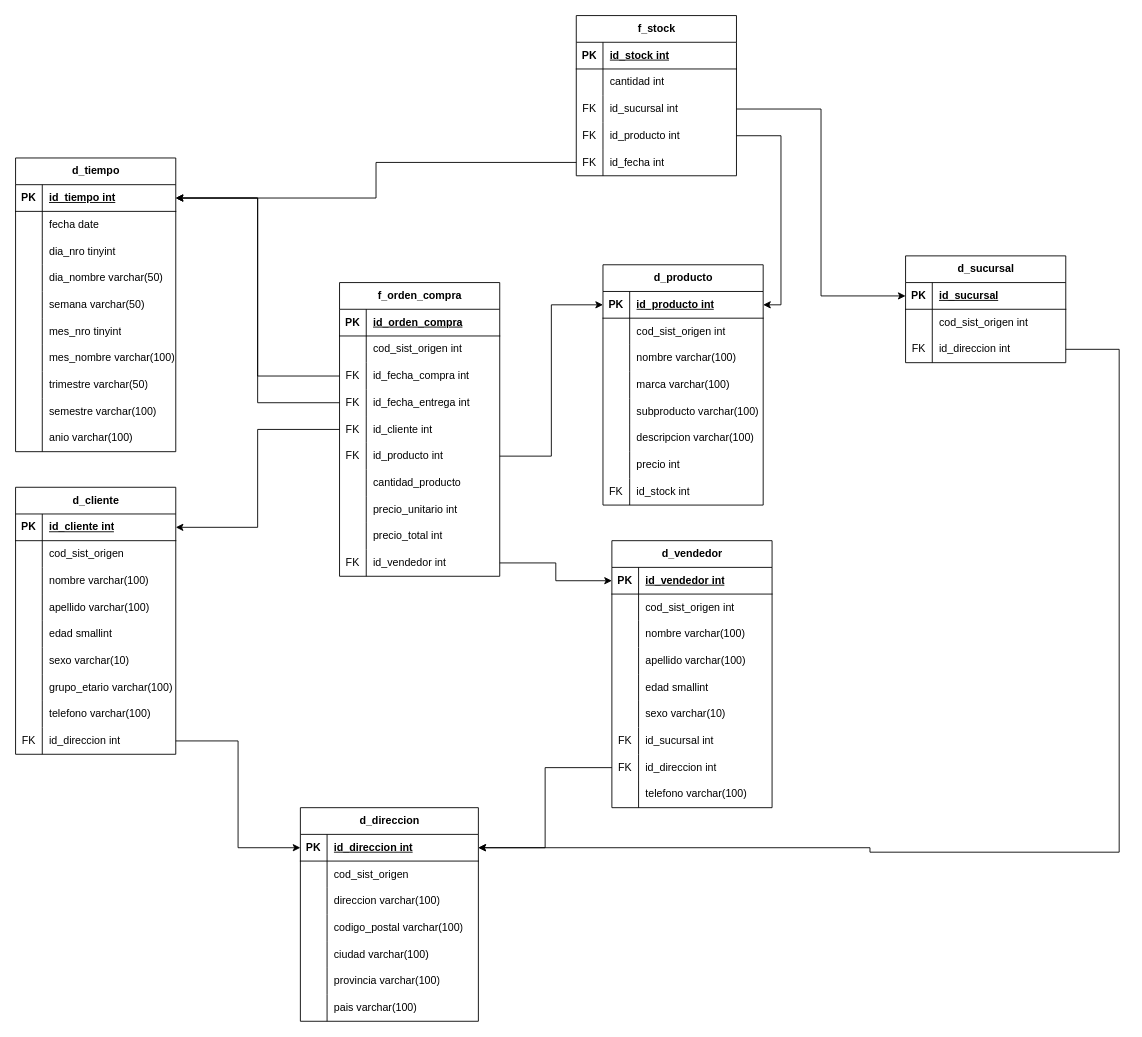
Before: Practica/Ejercicio_3/diagrama_dw_ejercicio3.drawio in Ftedp/BBDD2-TUIA, a draw.io diagram. Source tidied: cells renumbered, new cells numbered last; positions are measured from the earlier drawing's top-left corner, leaving out a move shared by most shapes. Both pictures are drawn from the tidied source at 89%, with x=0, y=0 at pixel (15, 15).
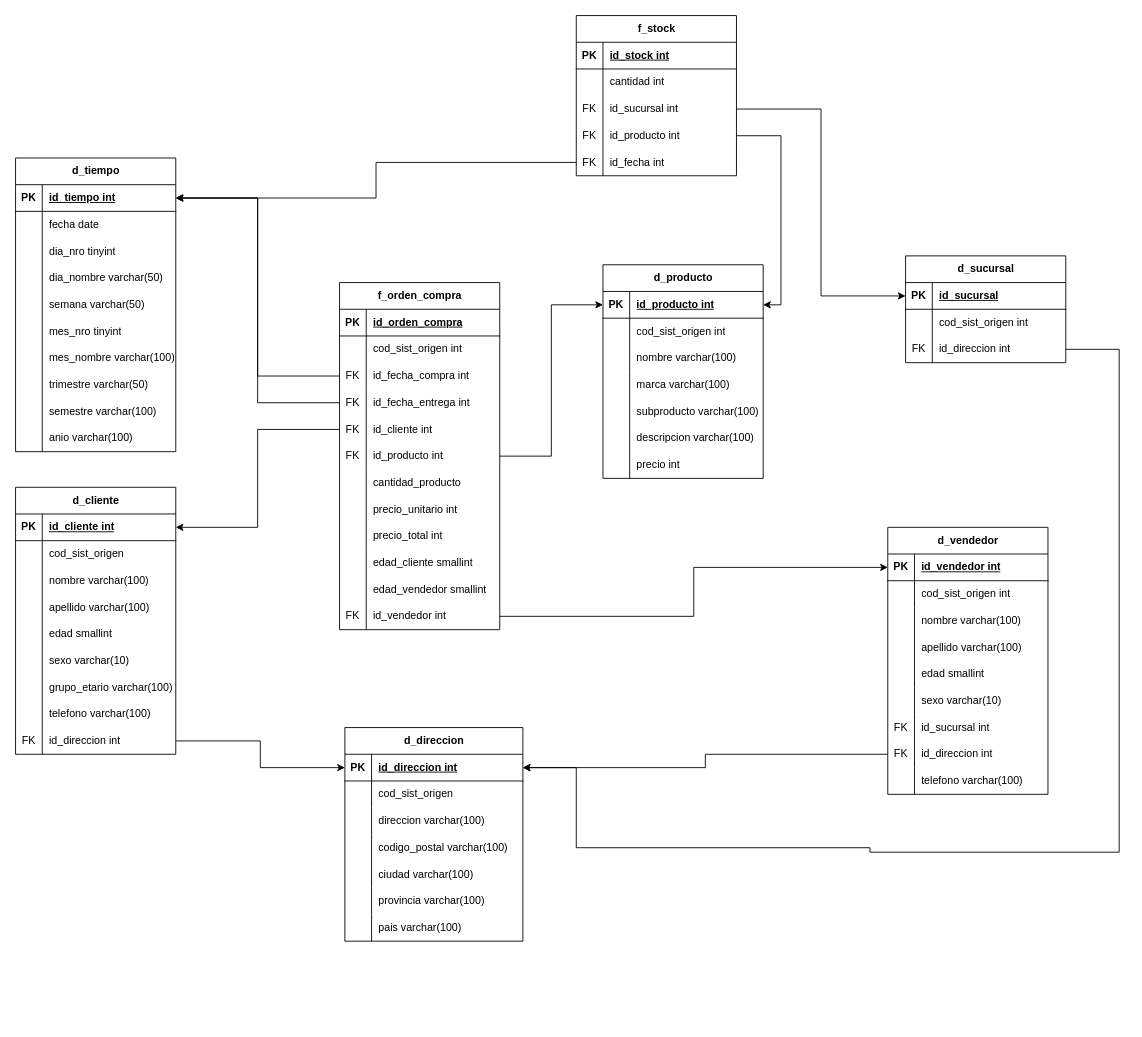
The same diagram, later.

Unchanged cells that the change refers to:
```xml
<mxCell id="134" style="shape=tableRow;horizontal=0;startSize=0;swimlaneHead=0;swimlaneBody=0;fillColor=none;points=[[0,0.5],[1,0.5]];portConstraint=eastwest;top=0;left=0;right=0;bottom=1;" parent="133" vertex="1">
  <mxGeometry y="30" width="200" height="30" as="geometry" />
</mxCell>
<mxCell id="161" style="shape=tableRow;horizontal=0;startSize=0;swimlaneHead=0;swimlaneBody=0;fillColor=none;points=[[0,0.5],[1,0.5]];portConstraint=eastwest;top=0;left=0;right=0;bottom=1;" parent="160" vertex="1">
  <mxGeometry y="30" width="180" height="30" as="geometry" />
</mxCell>
<mxCell id="199" style="shape=tableRow;horizontal=0;startSize=0;swimlaneHead=0;swimlaneBody=0;fillColor=none;points=[[0,0.5],[1,0.5]];portConstraint=eastwest;top=0;left=0;right=0;bottom=0;" parent="192" vertex="1">
  <mxGeometry y="90" width="180" height="30" as="geometry" />
</mxCell>
```

What changed in the source:
```diff
@@
     <mxCell id="49" value="d_producto" style="shape=table;startSize=30;childLayout=tableLayout;rowLines=0;fontStyle=1;align=center;html=1;" parent="1" vertex="1">
-      <mxGeometry x="660" y="280" width="180" height="270" as="geometry" />
+      <mxGeometry x="660" y="280" width="180" height="240" as="geometry" />
     </mxCell>
@@
-    <mxCell id="71" style="shape=tableRow;horizontal=0;startSize=0;swimlaneHead=0;swimlaneBody=0;fillColor=none;top=0;left=0;right=0;bottom=0;" parent="49" vertex="1">
-      <mxGeometry y="240" width="180" height="30" as="geometry" />
-    </mxCell>
-    <mxCell id="72" value="FK" style="shape=partialRectangle;fillColor=none;top=0;left=0;bottom=0;right=0;overflow=hidden;whiteSpace=wrap;html=1;" parent="71" vertex="1">
-      <mxGeometry width="30" height="30" as="geometry" />
-    </mxCell>
-    <mxCell id="73" value="id_stock int" style="shape=partialRectangle;fillColor=none;top=0;left=0;bottom=0;right=0;align=left;spacingLeft=6;overflow=hidden;whiteSpace=wrap;html=1;" parent="71" vertex="1">
-      <mxGeometry x="30" width="150" height="30" as="geometry" />
-    </mxCell>
@@
     <mxCell id="102" value="f_orden_compra" style="shape=table;startSize=30;childLayout=tableLayout;rowLines=0;fontStyle=1;align=center;html=1;" parent="1" vertex="1">
-      <mxGeometry x="364" y="300" width="180" height="330" as="geometry" />
+      <mxGeometry x="364" y="300" width="180" height="390" as="geometry" />
     </mxCell>
@@
+    <mxCell id="204" style="shape=tableRow;horizontal=0;startSize=0;swimlaneHead=0;swimlaneBody=0;fillColor=none;top=0;left=0;right=0;bottom=0;" parent="102" vertex="1">
+      <mxGeometry y="300" width="180" height="30" as="geometry" />
+    </mxCell>
+    <mxCell id="205" style="shape=partialRectangle;fillColor=none;top=0;left=0;bottom=0;right=0;overflow=hidden;whiteSpace=wrap;html=1;" parent="204" vertex="1">
+      <mxGeometry width="30" height="30" as="geometry" />
+    </mxCell>
+    <mxCell id="206" value="edad_cliente smallint" style="shape=partialRectangle;fillColor=none;top=0;left=0;bottom=0;right=0;align=left;spacingLeft=6;overflow=hidden;whiteSpace=wrap;html=1;" parent="204" vertex="1">
+      <mxGeometry x="30" width="150" height="30" as="geometry" />
+    </mxCell>
+    <mxCell id="207" style="shape=tableRow;horizontal=0;startSize=0;swimlaneHead=0;swimlaneBody=0;fillColor=none;top=0;left=0;right=0;bottom=0;" parent="102" vertex="1">
+      <mxGeometry y="330" width="180" height="30" as="geometry" />
+    </mxCell>
+    <mxCell id="208" style="shape=partialRectangle;fillColor=none;top=0;left=0;bottom=0;right=0;overflow=hidden;whiteSpace=wrap;html=1;" parent="207" vertex="1">
+      <mxGeometry width="30" height="30" as="geometry" />
+    </mxCell>
+    <mxCell id="209" value="edad_vendedor smallint" style="shape=partialRectangle;fillColor=none;top=0;left=0;bottom=0;right=0;align=left;spacingLeft=6;overflow=hidden;whiteSpace=wrap;html=1;" parent="207" vertex="1">
+      <mxGeometry x="30" width="150" height="30" as="geometry" />
+    </mxCell>
     <mxCell id="130" style="shape=tableRow;horizontal=0;startSize=0;swimlaneHead=0;swimlaneBody=0;fillColor=none;points=[[0,0.5],[1,0.5]];portConstraint=eastwest;top=0;left=0;right=0;bottom=0;" parent="102" vertex="1">
-      <mxGeometry y="300" width="180" height="30" as="geometry" />
+      <mxGeometry y="360" width="180" height="30" as="geometry" />
     </mxCell>
@@
     <mxCell id="133" value="d_direccion" style="shape=table;startSize=30;childLayout=tableLayout;rowLines=0;fontStyle=1;align=center;html=1;" parent="1" vertex="1">
-      <mxGeometry x="320" y="890" width="200" height="240" as="geometry" />
+      <mxGeometry x="370" y="800" width="200" height="240" as="geometry" />
     </mxCell>
@@
     <mxCell id="160" value="d_vendedor" style="shape=table;startSize=30;childLayout=tableLayout;rowLines=0;fontStyle=1;align=center;html=1;" parent="1" vertex="1">
-      <mxGeometry x="670" y="590" width="180" height="300" as="geometry" />
+      <mxGeometry x="980" y="575" width="180" height="300" as="geometry" />
     </mxCell>
@@
     <mxCell id="189" style="edgeStyle=orthogonalEdgeStyle;rounded=0;jettySize=auto;html=1;exitX=1;exitY=0.5;exitDx=0;exitDy=0;entryX=0;entryY=0.5;entryDx=0;entryDy=0;" parent="1" edge="1" source="130" target="161">
-      <mxGeometry relative="1" as="geometry" />
+      <mxGeometry relative="1" as="geometry">
+        <Array as="points">
+          <mxPoint x="762" y="675" />
+          <mxPoint x="762" y="620" />
+        </Array>
+      </mxGeometry>
     </mxCell>
@@
     <mxCell id="202" style="edgeStyle=orthogonalEdgeStyle;rounded=0;jettySize=auto;html=1;exitX=1;exitY=0.5;exitDx=0;exitDy=0;entryX=1;entryY=0.5;entryDx=0;entryDy=0;" parent="1" edge="1" source="199" target="134">
       <mxGeometry relative="1" as="geometry">
         <Array as="points">
           <mxPoint x="1240" y="375" />
           <mxPoint x="1240" y="940" />
           <mxPoint x="960" y="940" />
           <mxPoint x="960" y="935" />
+          <mxPoint x="630" y="935" />
+          <mxPoint x="630" y="845" />
         </Array>
       </mxGeometry>
     </mxCell>
```
